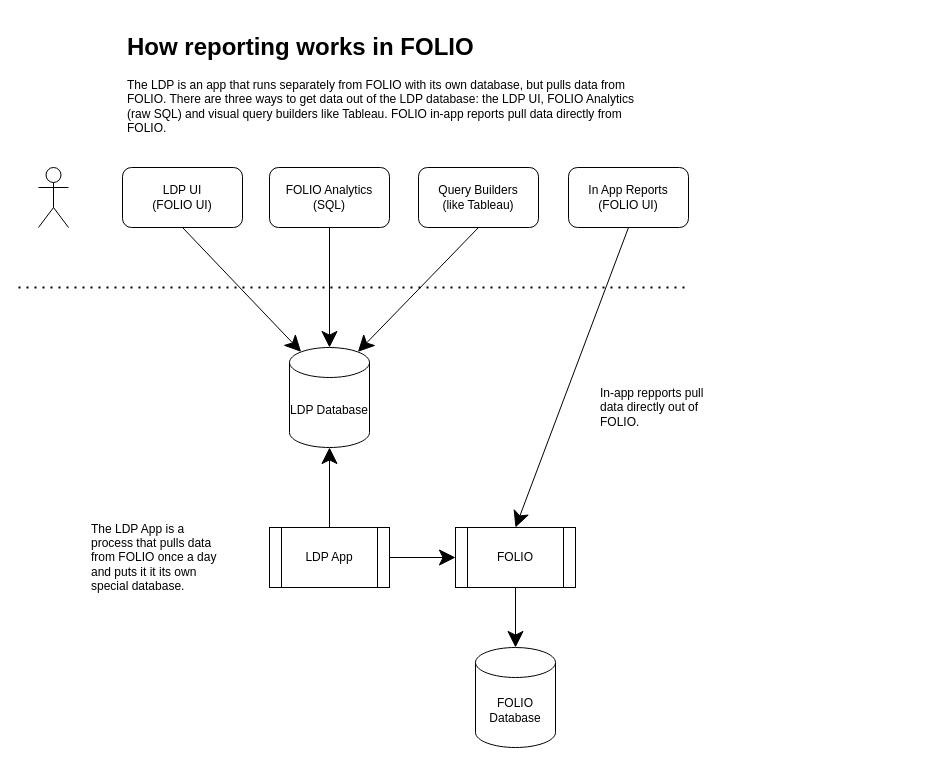
culibraries/library-reporting keeps this draw.io diagram as how-the-ldp-works.drawio. Above is the earlier version. Source tidied: cells renumbered, new cells numbered last; positions are measured from the earlier drawing's top-left corner, leaving out a move shared by most shapes. Both pictures are drawn from the tidied source at 100%, with x=0, y=0 at pixel (18, 27).
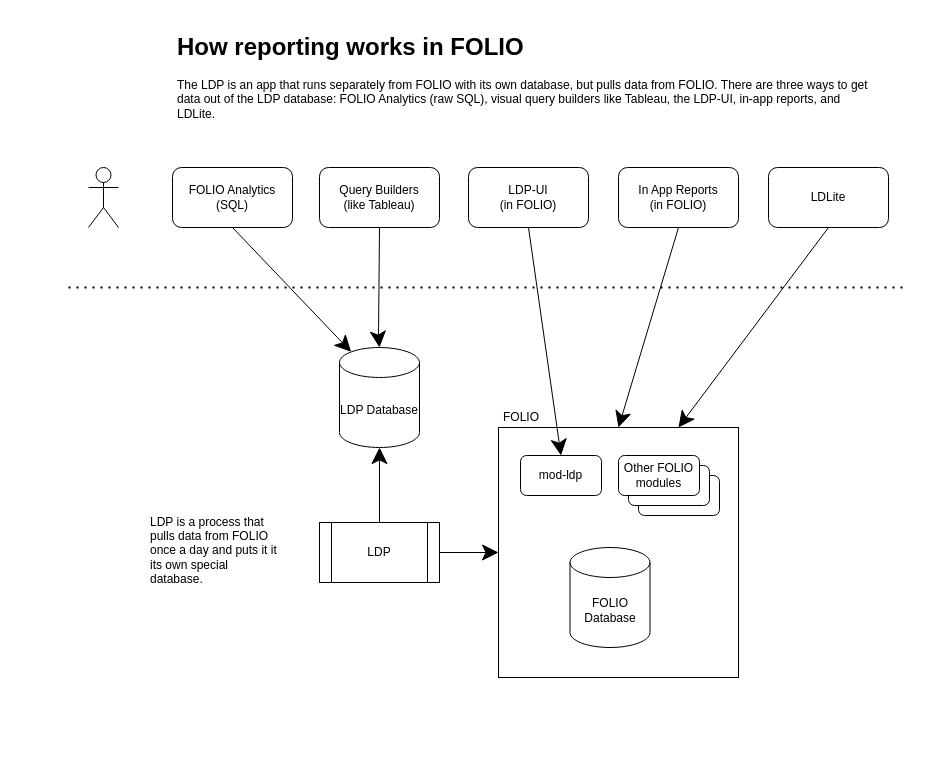
After the change.

Commit message:
Adding in mod-ldp

What changed in the source:
```diff
@@
+    <mxCell id="22" style="rounded=0;whiteSpace=wrap;html=1;hachureGap=4;align=left;horizontal=0;" parent="1" vertex="1">
+      <mxGeometry x="480" y="400" width="240" height="250" as="geometry" />
+    </mxCell>
+    <mxCell id="23" value="mod-ldp" style="rounded=1;whiteSpace=wrap;html=1;hachureGap=4;align=center;" parent="1" vertex="1">
+      <mxGeometry x="502" y="428" width="81" height="40" as="geometry" />
+    </mxCell>
+    <mxCell id="9" style="endArrow=classic;html=1;startSize=14;endSize=14;sourcePerimeterSpacing=8;targetPerimeterSpacing=8;exitX=0.5;exitY=1;exitDx=0;exitDy=0;fontSize=11;entryX=0.5;entryY=0;entryDx=0;entryDy=0;" parent="1" edge="1" source="6" target="23">
+      <mxGeometry relative="1" as="geometry" />
+    </mxCell>
+    <mxCell id="3" value="FOLIO Database" style="shape=cylinder3;whiteSpace=wrap;html=1;boundedLbl=1;backgroundOutline=1;size=15;hachureGap=4;" parent="1" vertex="1">
+      <mxGeometry x="551.5" y="520" width="80" height="100" as="geometry" />
+    </mxCell>
+    <mxCell id="24" style="rounded=1;whiteSpace=wrap;html=1;hachureGap=4;align=center;verticalAlign=middle;" parent="1" vertex="1">
+      <mxGeometry x="620" y="448" width="81" height="40" as="geometry" />
+    </mxCell>
     <mxCell id="2" value="LDP Database" style="shape=cylinder3;whiteSpace=wrap;html=1;boundedLbl=1;backgroundOutline=1;size=15;hachureGap=4;" parent="1" vertex="1">
-      <mxGeometry x="271" y="320" width="80" height="100" as="geometry" />
+      <mxGeometry x="321" y="320" width="80" height="100" as="geometry" />
     </mxCell>
-    <mxCell id="3" value="FOLIO Database" style="shape=cylinder3;whiteSpace=wrap;html=1;boundedLbl=1;backgroundOutline=1;size=15;hachureGap=4;" parent="1" vertex="1">
-      <mxGeometry x="457" y="620" width="80" height="100" as="geometry" />
-    </mxCell>
     <mxCell id="4" value="FOLIO Analytics (SQL)" style="rounded=1;whiteSpace=wrap;html=1;hachureGap=4;" parent="1" vertex="1">
-      <mxGeometry x="251" y="140" width="120" height="60" as="geometry" />
+      <mxGeometry x="154" y="140" width="120" height="60" as="geometry" />
     </mxCell>
-    <mxCell id="5" value="In App Reports (FOLIO UI)" style="rounded=1;whiteSpace=wrap;html=1;hachureGap=4;" parent="1" vertex="1">
-      <mxGeometry x="550" y="140" width="120" height="60" as="geometry" />
+    <mxCell id="5" value="In App Reports&lt;br&gt;(in FOLIO)" style="rounded=1;whiteSpace=wrap;html=1;hachureGap=4;" parent="1" vertex="1">
+      <mxGeometry x="600" y="140" width="120" height="60" as="geometry" />
     </mxCell>
-    <mxCell id="6" value="LDP UI &lt;br&gt;(FOLIO UI)" style="rounded=1;whiteSpace=wrap;html=1;hachureGap=4;" parent="1" vertex="1">
-      <mxGeometry x="104" y="140" width="120" height="60" as="geometry" />
+    <mxCell id="6" value="LDP-UI &lt;br&gt;(in FOLIO)" style="rounded=1;whiteSpace=wrap;html=1;hachureGap=4;" parent="1" vertex="1">
+      <mxGeometry x="450" y="140" width="120" height="60" as="geometry" />
     </mxCell>
-    <mxCell id="7" value="LDP App" style="shape=process;whiteSpace=wrap;html=1;backgroundOutline=1;hachureGap=4;" parent="1" vertex="1">
-      <mxGeometry x="251" y="500" width="120" height="60" as="geometry" />
+    <mxCell id="7" value="LDP" style="shape=process;whiteSpace=wrap;html=1;backgroundOutline=1;hachureGap=4;" parent="1" vertex="1">
+      <mxGeometry x="301" y="495" width="120" height="60" as="geometry" />
     </mxCell>
-    <mxCell id="8" value="FOLIO" style="shape=process;whiteSpace=wrap;html=1;backgroundOutline=1;hachureGap=4;" parent="1" vertex="1">
-      <mxGeometry x="437" y="500" width="120" height="60" as="geometry" />
-    </mxCell>
-    <mxCell id="9" style="endArrow=classic;html=1;startSize=14;endSize=14;sourcePerimeterSpacing=8;targetPerimeterSpacing=8;exitX=0.5;exitY=1;exitDx=0;exitDy=0;entryX=0.145;entryY=0;entryDx=0;entryDy=4.35;entryPerimeter=0;" parent="1" edge="1" source="6" target="2">
-      <mxGeometry relative="1" as="geometry" />
-    </mxCell>
-    <mxCell id="10" style="endArrow=classic;html=1;startSize=14;endSize=14;sourcePerimeterSpacing=6;targetPerimeterSpacing=8;exitX=0.5;exitY=1;exitDx=0;exitDy=0;entryX=0.5;entryY=0;entryDx=0;entryDy=0;entryPerimeter=0;" parent="1" edge="1" source="4" target="2">
+    <mxCell id="10" style="endArrow=classic;html=1;startSize=14;endSize=14;sourcePerimeterSpacing=6;targetPerimeterSpacing=8;exitX=0.5;exitY=1;exitDx=0;exitDy=0;entryX=0.145;entryY=0;entryDx=0;entryDy=4.35;entryPerimeter=0;" parent="1" edge="1" source="4" target="2">
       <mxGeometry relative="1" as="geometry" />
     </mxCell>
-    <mxCell id="11" style="endArrow=classic;html=1;startSize=14;endSize=14;sourcePerimeterSpacing=6;targetPerimeterSpacing=8;exitX=0.5;exitY=1;exitDx=0;exitDy=0;" parent="1" edge="1" source="8">
-      <mxGeometry relative="1" as="geometry">
-        <mxPoint x="497" y="620" as="targetPoint" />
-      </mxGeometry>
-    </mxCell>
-    <mxCell id="12" style="endArrow=classic;html=1;startSize=14;endSize=14;sourcePerimeterSpacing=6;targetPerimeterSpacing=8;exitX=1;exitY=0.5;exitDx=0;exitDy=0;entryX=0;entryY=0.5;entryDx=0;entryDy=0;" parent="1" edge="1" source="7" target="8">
-      <mxGeometry relative="1" as="geometry" />
-    </mxCell>
-    <mxCell id="13" value="&lt;h1&gt;How reporting works in FOLIO&lt;/h1&gt;&lt;p&gt;The LDP is an app that runs separately from FOLIO with its own database, but pulls data from FOLIO. There are three ways to get data out of the LDP database: the LDP UI, FOLIO Analytics (raw SQL) and visual query builders like Tableau. FOLIO in-app reports pull data directly from FOLIO.&lt;/p&gt;" style="text;html=1;strokeColor=none;fillColor=none;spacing=5;spacingTop=-20;whiteSpace=wrap;overflow=hidden;rounded=0;hachureGap=4;" parent="1" vertex="1">
-      <mxGeometry x="104" width="536" height="120" as="geometry" />
+    <mxCell id="13" value="&lt;h1&gt;How reporting works in FOLIO&lt;/h1&gt;&lt;p&gt;The LDP is an app that runs separately from FOLIO with its own database, but pulls data from FOLIO. There are three ways to get data out of the LDP database: FOLIO Analytics (raw SQL), visual query builders like Tableau, the LDP-UI, in-app reports, and LDLite.&lt;/p&gt;" style="text;html=1;strokeColor=none;fillColor=none;spacing=5;spacingTop=-20;whiteSpace=wrap;overflow=hidden;rounded=0;hachureGap=4;" parent="1" vertex="1">
+      <mxGeometry x="154" width="706" height="120" as="geometry" />
     </mxCell>
-    <mxCell id="14" value="The LDP App is a process that pulls data from FOLIO once a day and puts it it its own special database." style="text;html=1;strokeColor=none;fillColor=none;align=left;verticalAlign=middle;whiteSpace=wrap;rounded=0;hachureGap=4;" parent="1" vertex="1">
-      <mxGeometry x="71" y="485" width="130" height="90" as="geometry" />
+    <mxCell id="14" value="LDP is a process that pulls data from FOLIO once a day and puts it it its own special database." style="text;html=1;strokeColor=none;fillColor=none;align=left;verticalAlign=middle;whiteSpace=wrap;rounded=0;hachureGap=4;" parent="1" vertex="1">
+      <mxGeometry x="130" y="478" width="130" height="90" as="geometry" />
     </mxCell>
     <mxCell id="15" style="shape=umlActor;verticalLabelPosition=bottom;verticalAlign=top;html=1;hachureGap=4;" parent="1" vertex="1">
-      <mxGeometry x="20" y="140" width="30" height="60" as="geometry" />
+      <mxGeometry x="70" y="140" width="30" height="60" as="geometry" />
     </mxCell>
     <mxCell id="16" style="endArrow=none;dashed=1;html=1;dashPattern=1 3;strokeWidth=2;startSize=14;endSize=14;sourcePerimeterSpacing=8;targetPerimeterSpacing=8;" parent="1" edge="1">
       <mxGeometry relative="1" as="geometry">
-        <mxPoint y="260" as="sourcePoint" />
-        <mxPoint x="670" y="260" as="targetPoint" />
+        <mxPoint x="50" y="260" as="sourcePoint" />
+        <mxPoint x="890" y="260" as="targetPoint" />
       </mxGeometry>
     </mxCell>
-    <mxCell id="17" style="endArrow=classic;html=1;startSize=14;endSize=14;sourcePerimeterSpacing=8;targetPerimeterSpacing=8;exitX=0.5;exitY=0;exitDx=0;exitDy=0;exitPerimeter=0;" parent="1" edge="1" source="7">
-      <mxGeometry relative="1" as="geometry">
-        <mxPoint x="311" y="420" as="targetPoint" />
-      </mxGeometry>
-    </mxCell>
-    <mxCell id="18" style="endArrow=classic;html=1;startSize=14;endSize=14;sourcePerimeterSpacing=8;targetPerimeterSpacing=8;exitX=0.5;exitY=1;exitDx=0;exitDy=0;entryX=0.5;entryY=0;entryDx=0;entryDy=0;" parent="1" edge="1" source="5" target="8">
+    <mxCell id="18" style="endArrow=classic;html=1;startSize=14;endSize=14;sourcePerimeterSpacing=8;targetPerimeterSpacing=8;exitX=0.5;exitY=1;exitDx=0;exitDy=0;entryX=0.5;entryY=0;entryDx=0;entryDy=0;" parent="1" edge="1" source="5" target="22">
       <mxGeometry relative="1" as="geometry" />
     </mxCell>
     <mxCell id="19" value="Query Builders&lt;br&gt;(like Tableau)" style="rounded=1;whiteSpace=wrap;html=1;hachureGap=4;" parent="1" vertex="1">
-      <mxGeometry x="400" y="140" width="120" height="60" as="geometry" />
+      <mxGeometry x="301" y="140" width="120" height="60" as="geometry" />
     </mxCell>
-    <mxCell id="20" style="endArrow=classic;html=1;startSize=14;endSize=14;sourcePerimeterSpacing=8;targetPerimeterSpacing=8;exitX=0.5;exitY=1;exitDx=0;exitDy=0;entryX=0.855;entryY=0;entryDx=0;entryDy=4.35;entryPerimeter=0;" parent="1" edge="1" source="19" target="2">
-      <mxGeometry relative="1" as="geometry" />
+    <mxCell id="20" style="endArrow=classic;html=1;startSize=14;endSize=14;sourcePerimeterSpacing=8;targetPerimeterSpacing=8;exitX=0.5;exitY=1;exitDx=0;exitDy=0;entryX=0.5;entryY=0;entryDx=0;entryDy=0;entryPerimeter=0;" parent="1" edge="1" source="19" target="2">
+      <mxGeometry relative="1" as="geometry">
+        <Array as="points">
+          <mxPoint x="360" y="310" />
+        </Array>
+      </mxGeometry>
     </mxCell>
-    <mxCell id="21" value="In-app repports pull data directly out of FOLIO." style="text;html=1;strokeColor=none;fillColor=none;align=left;verticalAlign=middle;whiteSpace=wrap;rounded=0;hachureGap=4;" parent="1" vertex="1">
-      <mxGeometry x="580" y="370" width="120" height="20" as="geometry" />
-    </mxCell>
+    <mxCell id="8" value="FOLIO" style="text;html=1;strokeColor=none;fillColor=none;align=center;verticalAlign=middle;whiteSpace=wrap;rounded=0;hachureGap=4;" parent="1" vertex="1">
+      <mxGeometry x="483" y="380" width="40" height="20" as="geometry" />
+    </mxCell>
+    <mxCell id="25" value="LDLite" style="rounded=1;whiteSpace=wrap;html=1;hachureGap=4;" parent="1" vertex="1">
+      <mxGeometry x="750" y="140" width="120" height="60" as="geometry" />
+    </mxCell>
+    <mxCell id="26" style="endArrow=classic;html=1;startSize=14;endSize=14;sourcePerimeterSpacing=8;targetPerimeterSpacing=8;exitX=0.5;exitY=1;exitDx=0;exitDy=0;entryX=0.75;entryY=0;entryDx=0;entryDy=0;" parent="1" edge="1" source="25" target="22">
+      <mxGeometry relative="1" as="geometry" />
+    </mxCell>
+    <mxCell id="27" style="rounded=1;whiteSpace=wrap;html=1;hachureGap=4;align=center;" parent="1" vertex="1">
+      <mxGeometry x="610" y="438" width="81" height="40" as="geometry" />
+    </mxCell>
+    <mxCell id="28" value="Other FOLIO&lt;br&gt;modules" style="rounded=1;whiteSpace=wrap;html=1;hachureGap=4;align=center;" parent="1" vertex="1">
+      <mxGeometry x="600" y="428" width="81" height="40" as="geometry" />
+    </mxCell>
+    <mxCell id="29" style="endArrow=classic;html=1;fontSize=11;startSize=14;endSize=14;sourcePerimeterSpacing=8;targetPerimeterSpacing=8;entryX=0;entryY=0.5;entryDx=0;entryDy=0;exitX=1;exitY=0.5;exitDx=0;exitDy=0;" parent="1" edge="1" source="7" target="22">
+      <mxGeometry relative="1" as="geometry" />
+    </mxCell>
+    <mxCell id="30" style="endArrow=classic;html=1;fontSize=11;startSize=14;endSize=14;sourcePerimeterSpacing=8;targetPerimeterSpacing=8;entryX=0.5;entryY=1;entryDx=0;entryDy=0;entryPerimeter=0;exitX=0.5;exitY=0;exitDx=0;exitDy=0;" parent="1" edge="1" source="7" target="2">
+      <mxGeometry relative="1" as="geometry" />
+    </mxCell>
```
